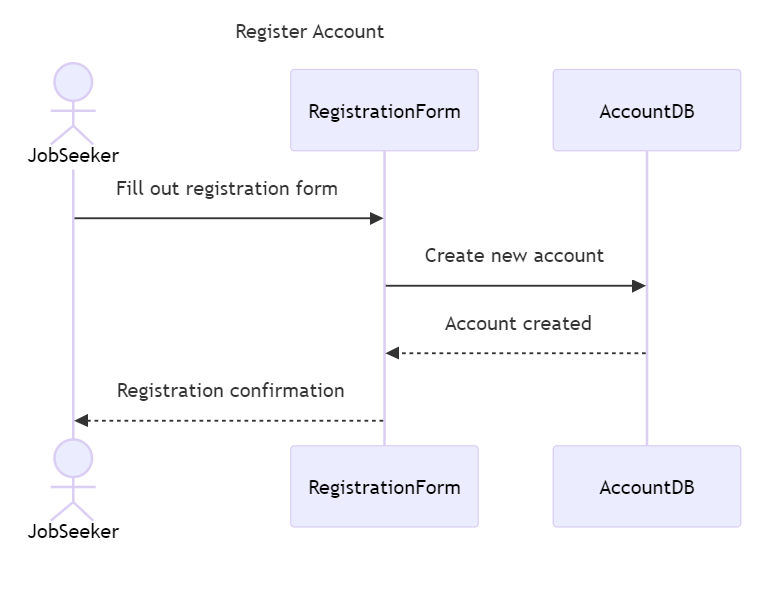
The PlantUML diagram docs/all-diagrams-image-files/sequence-diagrams/register-account.png in emd5953/NextStep, before a commit. Its source is kept beside it as docs/all-diagrams-source-files/activity-diagrams/register-account.puml. The source it was exported from:
```plantuml
@startuml Register Account Activity Diagram
title Register Account Activity Diagram

start

:Fill out registration form;
:Submit registration form;

:Create new account in AccountDB;
:AccountDB confirms account creation;

:Display registration confirmation to JobSeeker;

stop

@enduml
```
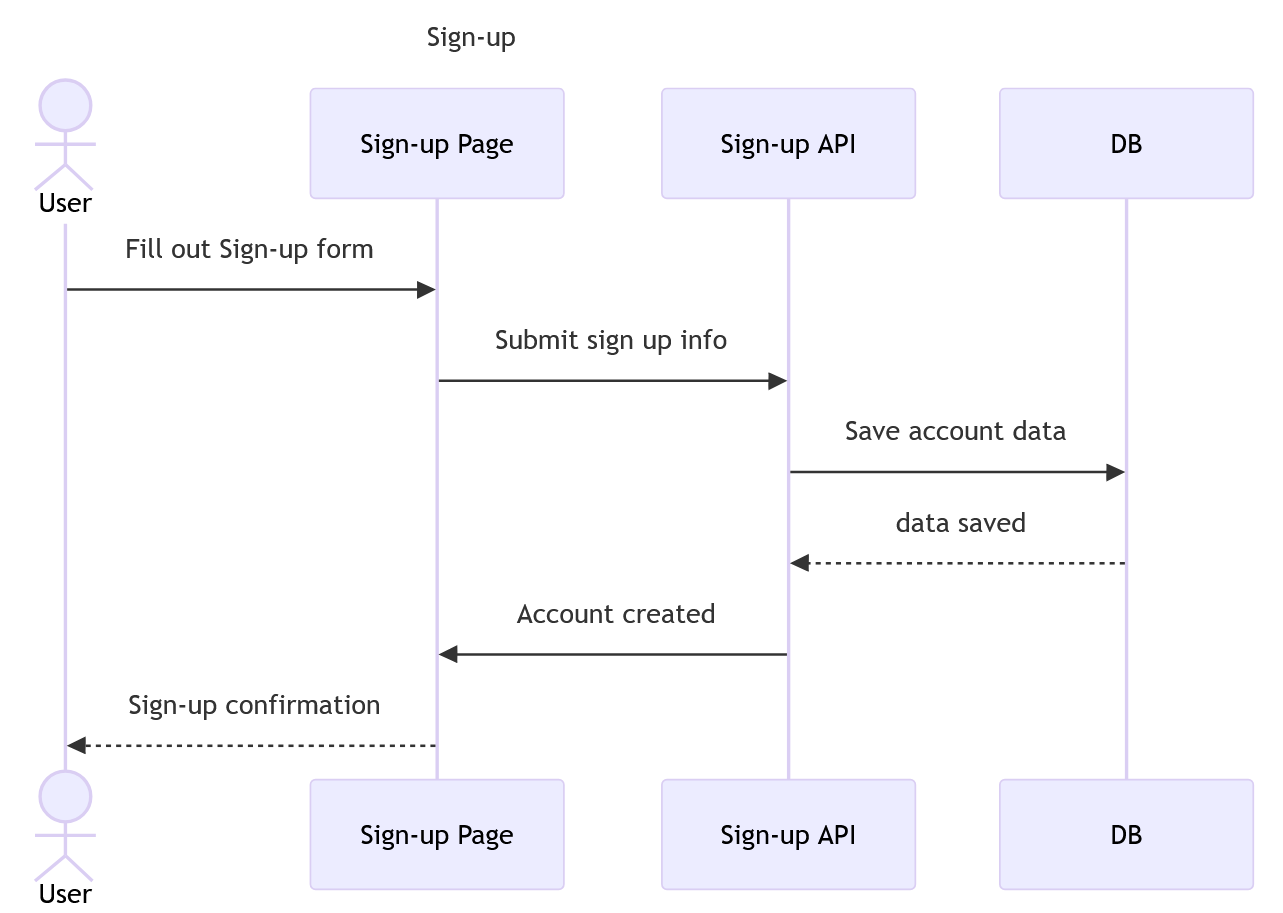
The same file after the commit.

The edit, as a diff of the source:
```diff
@@ -1,15 +1,25 @@
 @startuml Register Account Activity Diagram
-title Register Account Activity Diagram
+title Sign-Up Activity Diagram
 
 start
 
-:Fill out registration form;
-:Submit registration form;
+:Visit Home Page;
 
-:Create new account in AccountDB;
-:AccountDB confirms account creation;
+:Click "Sign In";
 
-:Display registration confirmation to JobSeeker;
+:Fill out Sign-Up form;
+
+:Submit Sign-Up data to /sign-up;
+
+if (User selected Sign-up as Employer option?) then (yes)
+    :Create new employer account in DB;
+else
+    :Create new job seeker account in DB;
+endif
+
+:API confirms account creation;
+
+:Display registration confirmation message;
 
 stop
 
```
